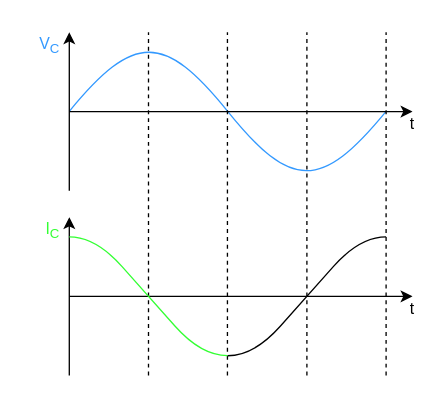
JoseForest-CLJ/Draw.io-files keeps this draw.io diagram as 1A5/Cours/Des_9-6a.drawio. Above is the earlier version. Source tidied: cells renumbered, new cells numbered last; positions are measured from the earlier drawing's top-left corner, leaving out a move shared by most shapes. Both pictures are drawn from the tidied source at 132%, with x=0, y=0 at pixel (22, 32).
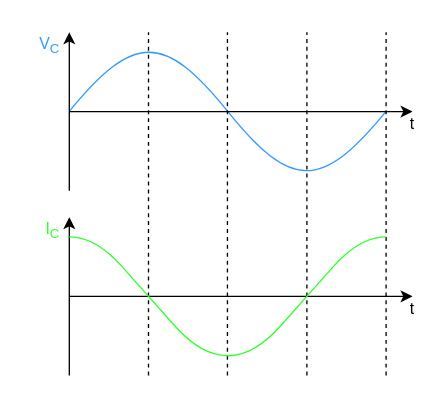
The same page after the edit.

Commit message:
Mettre à jour Des_9-6a.drawio

Change to the diagram source:
```diff
@@
-    <mxCell id="16" style="curved=1;endArrow=none;html=1;rounded=0;exitX=0.25;exitY=0.125;exitDx=0;exitDy=0;exitPerimeter=0;entryX=0.75;entryY=0.874;entryDx=0;entryDy=0;entryPerimeter=0;endFill=0;strokeColor=light-dark(#000000,#33FF33);" parent="1" edge="1">
+    <mxCell id="16" style="curved=1;endArrow=none;html=1;rounded=0;exitX=0.25;exitY=0.125;exitDx=0;exitDy=0;exitPerimeter=0;entryX=0.75;entryY=0.874;entryDx=0;entryDy=0;entryPerimeter=0;endFill=0;strokeColor=light-dark(#33FF33,#33FF33);" parent="1" edge="1">
       <mxGeometry relative="1" as="geometry">
         <mxPoint x="275" y="155" as="sourcePoint" />
         <mxPoint x="155" y="245" as="targetPoint" />
         <Array as="points">
           <mxPoint x="255" y="155" />
           <mxPoint x="215" y="200" />
           <mxPoint x="175" y="245" />
         </Array>
       </mxGeometry>
     </mxCell>
```
